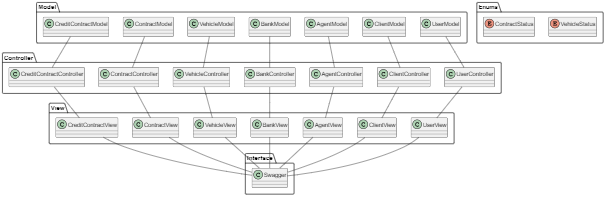
Earlier version of the PlantUML export projeto 2/project/packageDiagram.png (migueltico2/laboratorio-de-desenvolvimento-de-software). Its source is kept beside it as projeto 2/project/packageDiagram.plantuml.
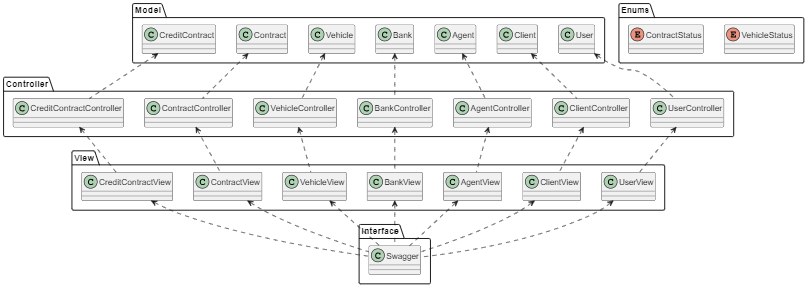
The same diagram one commit later.

Commit message:
fix: change package diagram

Change to the diagram source:
```diff
@@ -1,13 +1,13 @@
 @startuml
 
 package Model {
-    class UserModel
-    class ClientModel
-    class AgentModel
-    class BankModel
-    class VehicleModel
-    class ContractModel
-    class CreditContractModel
+    class User
+    class Client
+    class Agent
+    class Bank
+    class Vehicle
+    class Contract
+    class CreditContract
 }
 
 package Controller {
@@ -39,32 +39,32 @@
     enum ContractStatus
 }
 
-UserModel -- UserController
-UserController -- UserView
-UserView -- Swagger
+User <.. UserController
+UserController <.. UserView
+UserView <.. Swagger
 
-ClientModel -- ClientController
-ClientController -- ClientView
-ClientView -- Swagger
+Client <.. ClientController
+ClientController <.. ClientView
+ClientView <.. Swagger
 
-AgentModel -- AgentController
-AgentController -- AgentView
-AgentView -- Swagger
+Agent <.. AgentController
+AgentController <.. AgentView
+AgentView <.. Swagger
 
-BankModel -- BankController
-BankController -- BankView
-BankView -- Swagger
+Bank <.. BankController
+BankController <.. BankView
+BankView <.. Swagger
 
-VehicleModel -- VehicleController
-VehicleController -- VehicleView
-VehicleView -- Swagger
+Vehicle <.. VehicleController
+VehicleController <.. VehicleView
+VehicleView <.. Swagger
 
-ContractModel -- ContractController
-ContractController -- ContractView
-ContractView -- Swagger
+Contract <.. ContractController
+ContractController <.. ContractView
+ContractView <.. Swagger
 
-CreditContractModel -- CreditContractController
-CreditContractController -- CreditContractView
-CreditContractView -- Swagger
+CreditContract <.. CreditContractController
+CreditContractController <.. CreditContractView
+CreditContractView <.. Swagger
 
 @enduml
```
